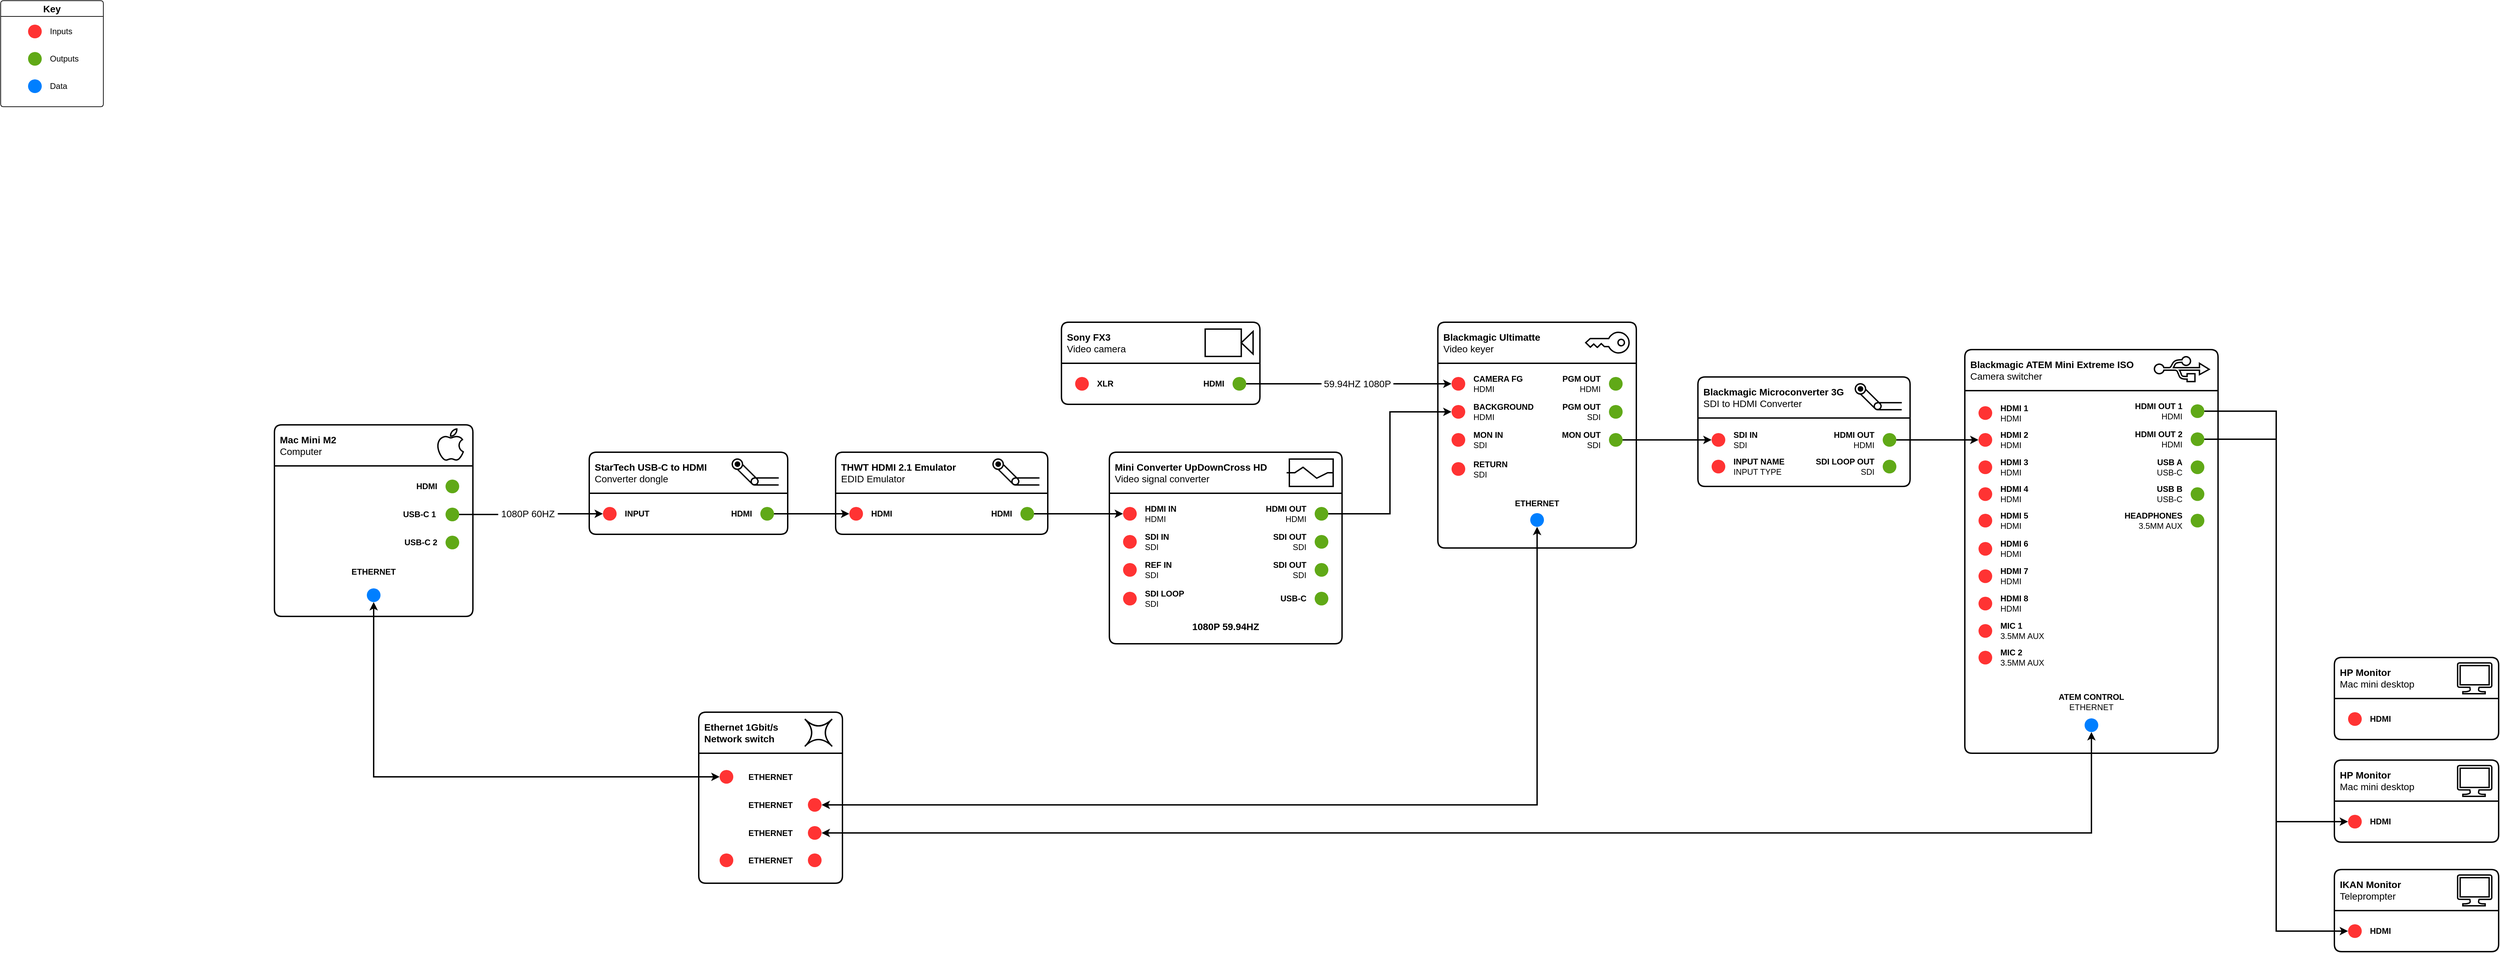
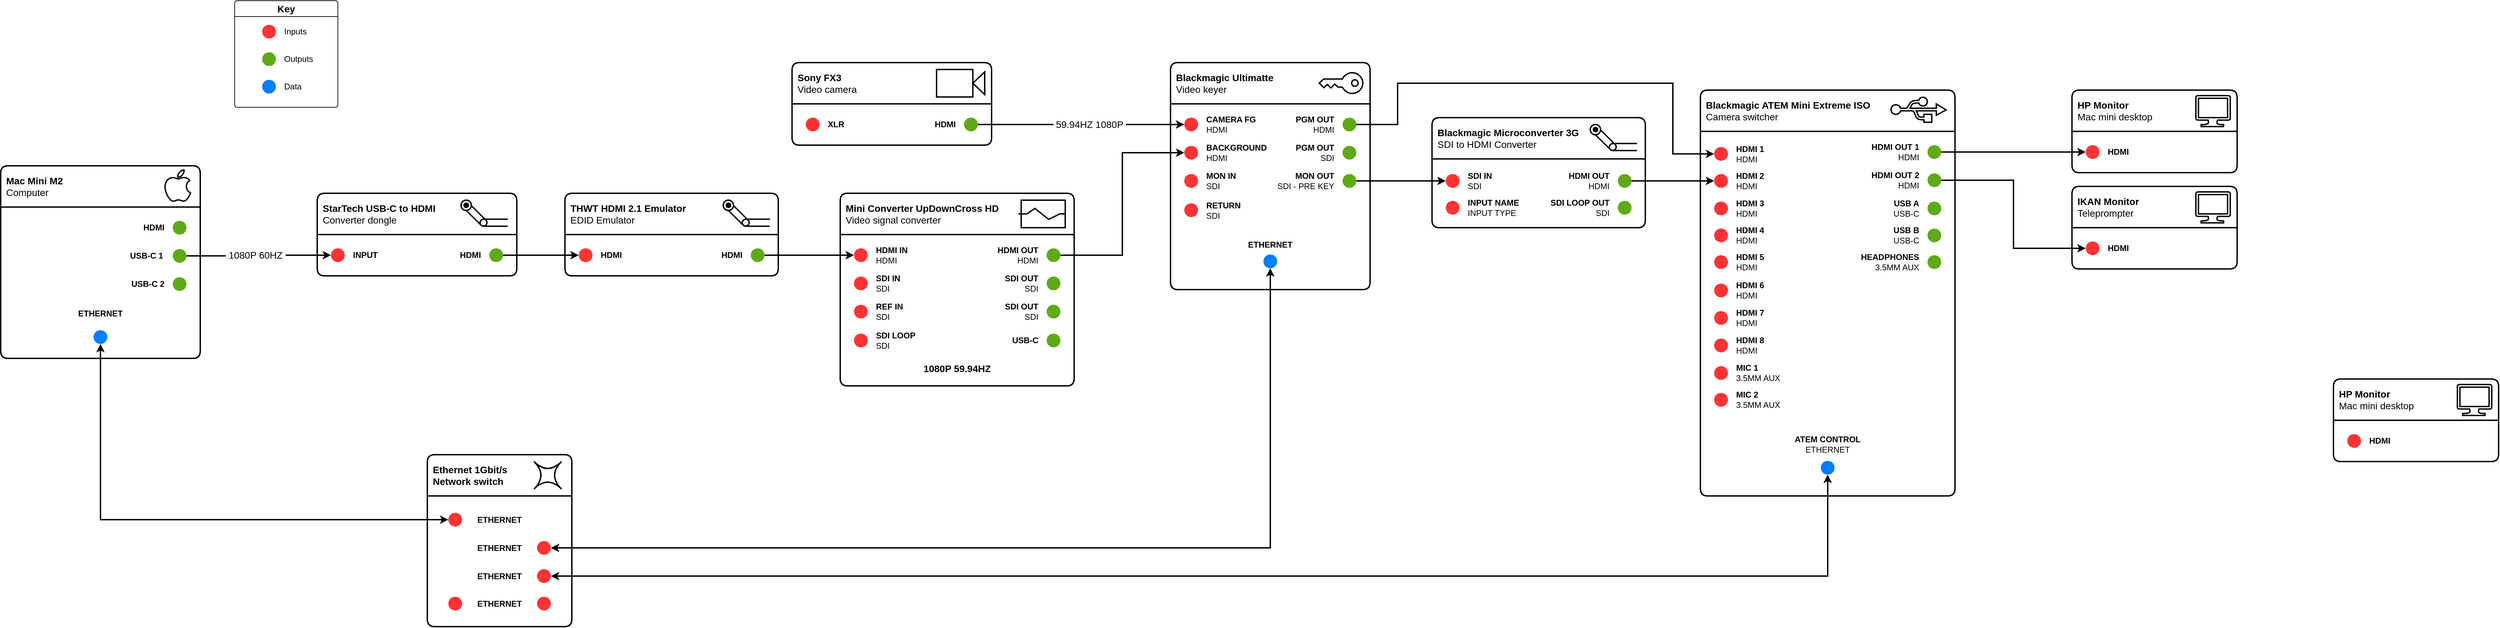
<mxfile host="app.diagrams.net">
  <diagram name="Page-1" id="FgFW1MfRpHRbAZnw0JzE">
-     <mxGraphModel dx="2236" dy="1718" grid="1" gridSize="10" guides="1" tooltips="1" connect="1" arrows="1" fold="1" page="0" pageScale="1" pageWidth="1654" pageHeight="1169" math="0" shadow="0">
+     <mxGraphModel dx="558" dy="565" grid="1" gridSize="10" guides="1" tooltips="1" connect="1" arrows="1" fold="1" page="0" pageScale="1" pageWidth="1654" pageHeight="1169" math="0" shadow="0">
      <root>
        <mxCell id="0" />
        <mxCell id="1" parent="0" />
        <UserObject label="&lt;div&gt;Sony FX3&lt;/div&gt;&lt;div&gt;&lt;span style=&quot;font-weight: normal;&quot;&gt;Video camera&lt;/span&gt;&lt;/div&gt;" link="https://www.sony.com.au/electronics/interchangeable-lens-cameras/ilme-fx3a" id="s20b6Gskkq0xSbLsb2Lf-1">
          <mxCell parent="1" style="swimlane;whiteSpace=wrap;html=1;startSize=60;perimeterSpacing=0;rounded=1;arcSize=6;align=left;spacingLeft=6;swimlaneFillColor=default;strokeWidth=2;fontSize=14;spacingBottom=0;" vertex="1">
            <mxGeometry height="120" width="290" x="1860" y="420" as="geometry">
              <mxRectangle height="60" width="200" x="330" y="280" as="alternateBounds" />
            </mxGeometry>
          </mxCell>
        </UserObject>
        <mxCell id="BUdtJf7oYrrgdLHHiytK-1" parent="s20b6Gskkq0xSbLsb2Lf-1" style="shape=mxgraph.signs.tech.video_camera;html=1;pointerEvents=1;fillColor=none;strokeColor=default;verticalLabelPosition=bottom;verticalAlign=top;align=center;strokeWidth=2;" value="" vertex="1">
          <mxGeometry height="40" width="70" x="210" y="10" as="geometry" />
        </mxCell>
        <mxCell id="BUdtJf7oYrrgdLHHiytK-2" parent="s20b6Gskkq0xSbLsb2Lf-1" style="ellipse;whiteSpace=wrap;html=1;aspect=fixed;strokeColor=none;fillColor=#60a917;fontColor=#ffffff;" value="" vertex="1">
          <mxGeometry height="20" width="20" x="250" y="80" as="geometry" />
        </mxCell>
        <mxCell id="BUdtJf7oYrrgdLHHiytK-13" parent="s20b6Gskkq0xSbLsb2Lf-1" style="ellipse;whiteSpace=wrap;html=1;aspect=fixed;strokeColor=none;fillColor=light-dark(#FF3333,#FF3333);fontColor=#ffffff;fillStyle=auto;" value="" vertex="1">
          <mxGeometry height="20" width="20" x="20" y="80" as="geometry" />
        </mxCell>
        <mxCell id="BUdtJf7oYrrgdLHHiytK-20" parent="s20b6Gskkq0xSbLsb2Lf-1" style="text;html=1;whiteSpace=wrap;strokeColor=none;fillColor=none;align=left;verticalAlign=middle;rounded=0;fontStyle=1" value="XLR" vertex="1">
          <mxGeometry height="14.5" width="30" x="50" y="82.75" as="geometry" />
        </mxCell>
        <mxCell id="BUdtJf7oYrrgdLHHiytK-21" parent="s20b6Gskkq0xSbLsb2Lf-1" style="text;html=1;whiteSpace=wrap;strokeColor=none;fillColor=none;align=right;verticalAlign=middle;rounded=0;" value="&lt;b&gt;HDMI&lt;/b&gt;" vertex="1">
          <mxGeometry height="14.5" width="40" x="200" y="82.75" as="geometry" />
        </mxCell>
        <mxCell id="BUdtJf7oYrrgdLHHiytK-123" parent="1" style="swimlane;whiteSpace=wrap;html=1;rounded=1;arcSize=6;swimlaneFillColor=default;fontSize=14;" value="Key" vertex="1">
-           <mxGeometry height="155" width="150" x="310" y="-50" as="geometry" />
+           <mxGeometry height="155" width="150" x="1050" y="330" as="geometry" />
        </mxCell>
        <mxCell id="BUdtJf7oYrrgdLHHiytK-115" parent="BUdtJf7oYrrgdLHHiytK-123" style="ellipse;whiteSpace=wrap;html=1;aspect=fixed;strokeColor=none;fillColor=light-dark(#FF3333,#FF3333);fontColor=#ffffff;fillStyle=auto;" value="" vertex="1">
          <mxGeometry height="20" width="20" x="40" y="35" as="geometry" />
        </mxCell>
        <mxCell id="BUdtJf7oYrrgdLHHiytK-119" parent="BUdtJf7oYrrgdLHHiytK-123" style="text;html=1;whiteSpace=wrap;strokeColor=none;fillColor=none;align=left;verticalAlign=middle;rounded=0;" value="Inputs" vertex="1">
          <mxGeometry height="10" width="40" x="70" y="40" as="geometry" />
        </mxCell>
        <mxCell id="BUdtJf7oYrrgdLHHiytK-114" parent="BUdtJf7oYrrgdLHHiytK-123" style="ellipse;whiteSpace=wrap;html=1;aspect=fixed;strokeColor=none;fillColor=#60a917;fontColor=#ffffff;" value="" vertex="1">
          <mxGeometry height="20" width="20" x="40" y="75" as="geometry" />
        </mxCell>
        <mxCell id="BUdtJf7oYrrgdLHHiytK-120" parent="BUdtJf7oYrrgdLHHiytK-123" style="text;html=1;whiteSpace=wrap;strokeColor=none;fillColor=none;align=left;verticalAlign=middle;rounded=0;" value="Outputs" vertex="1">
          <mxGeometry height="10" width="40" x="70" y="80" as="geometry" />
        </mxCell>
        <mxCell id="BUdtJf7oYrrgdLHHiytK-116" parent="BUdtJf7oYrrgdLHHiytK-123" style="ellipse;whiteSpace=wrap;html=1;aspect=fixed;strokeColor=none;fillColor=#007FFF;fontColor=#ffffff;" value="" vertex="1">
          <mxGeometry height="20" width="20" x="40" y="115" as="geometry" />
        </mxCell>
        <mxCell id="BUdtJf7oYrrgdLHHiytK-121" parent="BUdtJf7oYrrgdLHHiytK-123" style="text;html=1;whiteSpace=wrap;strokeColor=none;fillColor=none;align=left;verticalAlign=middle;rounded=0;" value="Data" vertex="1">
          <mxGeometry height="10" width="40" x="70" y="120" as="geometry" />
        </mxCell>
        <UserObject label="&lt;div&gt;Blackmagic Ultimatte&lt;/div&gt;&lt;div&gt;&lt;span style=&quot;font-weight: normal;&quot;&gt;Video keyer&lt;/span&gt;&lt;/div&gt;" link="https://usermanual.com/support/blackmagicdesign/ultimatte-12-8k/manual" id="BUdtJf7oYrrgdLHHiytK-160">
          <mxCell parent="1" style="swimlane;whiteSpace=wrap;html=1;startSize=60;perimeterSpacing=0;rounded=1;arcSize=6;align=left;spacingLeft=6;swimlaneFillColor=default;strokeWidth=2;fontSize=14;" vertex="1">
            <mxGeometry height="330" width="290" x="2410" y="420" as="geometry">
              <mxRectangle height="60" width="200" x="330" y="280" as="alternateBounds" />
            </mxGeometry>
          </mxCell>
        </UserObject>
        <mxCell id="BUdtJf7oYrrgdLHHiytK-162" parent="BUdtJf7oYrrgdLHHiytK-160" style="ellipse;whiteSpace=wrap;html=1;aspect=fixed;strokeColor=none;fillColor=#60a917;fontColor=#ffffff;" value="" vertex="1">
          <mxGeometry height="20" width="20" x="250" y="80" as="geometry" />
        </mxCell>
        <mxCell id="BUdtJf7oYrrgdLHHiytK-163" parent="BUdtJf7oYrrgdLHHiytK-160" style="ellipse;whiteSpace=wrap;html=1;aspect=fixed;strokeColor=none;fillColor=#60a917;fontColor=#ffffff;" value="" vertex="1">
          <mxGeometry height="20" width="20" x="250" y="121" as="geometry" />
        </mxCell>
        <mxCell id="BUdtJf7oYrrgdLHHiytK-164" parent="BUdtJf7oYrrgdLHHiytK-160" style="ellipse;whiteSpace=wrap;html=1;aspect=fixed;strokeColor=none;fillColor=#60a917;fontColor=#ffffff;" value="" vertex="1">
          <mxGeometry height="20" width="20" x="250" y="162" as="geometry" />
        </mxCell>
        <mxCell id="BUdtJf7oYrrgdLHHiytK-169" parent="BUdtJf7oYrrgdLHHiytK-160" style="ellipse;whiteSpace=wrap;html=1;aspect=fixed;strokeColor=none;fillColor=light-dark(#FF3333,#FF3333);fontColor=#ffffff;fillStyle=auto;" value="" vertex="1">
          <mxGeometry height="20" width="20" x="20" y="80" as="geometry" />
        </mxCell>
        <mxCell id="BUdtJf7oYrrgdLHHiytK-170" parent="BUdtJf7oYrrgdLHHiytK-160" style="ellipse;whiteSpace=wrap;html=1;aspect=fixed;strokeColor=none;fillColor=light-dark(#FF3333,#FF3333);fontColor=#ffffff;" value="" vertex="1">
          <mxGeometry height="20" width="20" x="20" y="121" as="geometry" />
        </mxCell>
        <mxCell id="BUdtJf7oYrrgdLHHiytK-176" parent="BUdtJf7oYrrgdLHHiytK-160" style="text;html=1;whiteSpace=wrap;strokeColor=none;fillColor=none;align=left;verticalAlign=middle;rounded=0;" value="&lt;div&gt;&lt;b&gt;CAMERA FG&lt;/b&gt;&lt;/div&gt;&lt;div&gt;HDMI&lt;/div&gt;" vertex="1">
          <mxGeometry height="29" width="90" x="50" y="75.5" as="geometry" />
        </mxCell>
        <mxCell id="BUdtJf7oYrrgdLHHiytK-177" parent="BUdtJf7oYrrgdLHHiytK-160" style="text;html=1;whiteSpace=wrap;strokeColor=none;fillColor=none;align=right;verticalAlign=middle;rounded=0;" value="&lt;div&gt;&lt;b&gt;PGM OUT&lt;/b&gt;&lt;/div&gt;&lt;div&gt;HDMI&lt;/div&gt;" vertex="1">
          <mxGeometry height="29" width="90" x="150" y="75.5" as="geometry" />
        </mxCell>
        <mxCell id="BUdtJf7oYrrgdLHHiytK-178" parent="BUdtJf7oYrrgdLHHiytK-160" style="text;html=1;whiteSpace=wrap;strokeColor=none;fillColor=none;align=left;verticalAlign=middle;rounded=0;" value="&lt;div&gt;&lt;b&gt;BACKGROUND&lt;/b&gt;&lt;/div&gt;&lt;div&gt;HDMI&lt;/div&gt;" vertex="1">
          <mxGeometry height="29" width="90" x="50" y="116.5" as="geometry" />
        </mxCell>
        <mxCell id="BUdtJf7oYrrgdLHHiytK-179" parent="BUdtJf7oYrrgdLHHiytK-160" style="text;html=1;whiteSpace=wrap;strokeColor=none;fillColor=none;align=right;verticalAlign=middle;rounded=0;" value="&lt;div&gt;&lt;b&gt;PGM OUT&lt;/b&gt;&lt;/div&gt;&lt;div&gt;SDI&lt;/div&gt;" vertex="1">
          <mxGeometry height="29" width="90" x="150" y="116.5" as="geometry" />
        </mxCell>
-         <mxCell id="BUdtJf7oYrrgdLHHiytK-181" parent="BUdtJf7oYrrgdLHHiytK-160" style="text;html=1;whiteSpace=wrap;strokeColor=none;fillColor=none;align=right;verticalAlign=middle;rounded=0;" value="&lt;div&gt;&lt;b&gt;MON OUT&lt;/b&gt;&lt;/div&gt;&lt;div&gt;SDI&lt;/div&gt;" vertex="1">
+         <mxCell id="BUdtJf7oYrrgdLHHiytK-181" parent="BUdtJf7oYrrgdLHHiytK-160" style="text;html=1;whiteSpace=wrap;strokeColor=none;fillColor=none;align=right;verticalAlign=middle;rounded=0;" value="&lt;div&gt;&lt;b&gt;MON OUT&lt;/b&gt;&lt;/div&gt;&lt;div&gt;SDI - PRE KEY&lt;/div&gt;" vertex="1">
          <mxGeometry height="29" width="90" x="150" y="157.5" as="geometry" />
        </mxCell>
        <mxCell id="BUdtJf7oYrrgdLHHiytK-194" parent="BUdtJf7oYrrgdLHHiytK-160" style="text;html=1;whiteSpace=wrap;strokeColor=none;fillColor=none;align=center;verticalAlign=middle;rounded=0;fontStyle=1" value="ETHERNET" vertex="1">
          <mxGeometry height="29" width="90" x="100" y="250" as="geometry" />
        </mxCell>
        <mxCell id="BUdtJf7oYrrgdLHHiytK-195" parent="BUdtJf7oYrrgdLHHiytK-160" style="ellipse;whiteSpace=wrap;html=1;aspect=fixed;strokeColor=none;fillColor=#007FFF;fontColor=#ffffff;" value="" vertex="1">
          <mxGeometry height="20" width="20" x="135" y="279" as="geometry" />
        </mxCell>
        <mxCell id="BUdtJf7oYrrgdLHHiytK-196" parent="BUdtJf7oYrrgdLHHiytK-160" style="sketch=0;pointerEvents=1;shadow=0;dashed=0;html=1;strokeColor=default;fillColor=none;labelPosition=center;verticalLabelPosition=bottom;verticalAlign=top;outlineConnect=0;align=center;shape=mxgraph.office.security.key_permissions;rotation=90;strokeWidth=2;" value="" vertex="1">
          <mxGeometry height="63.31" width="30.07" x="232.69" y="-1.8099999999999996" as="geometry" />
        </mxCell>
        <mxCell id="_8OXxmxYWQQ_x3kSA-AO-21" parent="BUdtJf7oYrrgdLHHiytK-160" style="text;html=1;whiteSpace=wrap;strokeColor=none;fillColor=none;align=left;verticalAlign=middle;rounded=0;" value="&lt;div&gt;&lt;b&gt;MON IN&lt;/b&gt;&lt;/div&gt;&lt;div&gt;SDI&lt;/div&gt;" vertex="1">
          <mxGeometry height="29" width="90" x="50" y="157.5" as="geometry" />
        </mxCell>
        <mxCell id="_8OXxmxYWQQ_x3kSA-AO-22" parent="BUdtJf7oYrrgdLHHiytK-160" style="ellipse;whiteSpace=wrap;html=1;aspect=fixed;strokeColor=none;fillColor=light-dark(#FF3333,#FF3333);fontColor=#ffffff;" value="" vertex="1">
          <mxGeometry height="20" width="20" x="20" y="162" as="geometry" />
        </mxCell>
        <mxCell id="_8OXxmxYWQQ_x3kSA-AO-25" parent="BUdtJf7oYrrgdLHHiytK-160" style="ellipse;whiteSpace=wrap;html=1;aspect=fixed;strokeColor=none;fillColor=light-dark(#FF3333,#FF3333);fontColor=#ffffff;" value="" vertex="1">
          <mxGeometry height="20" width="20" x="20" y="204.5" as="geometry" />
        </mxCell>
        <mxCell id="_8OXxmxYWQQ_x3kSA-AO-26" parent="BUdtJf7oYrrgdLHHiytK-160" style="text;html=1;whiteSpace=wrap;strokeColor=none;fillColor=none;align=left;verticalAlign=middle;rounded=0;" value="&lt;div&gt;&lt;b&gt;RETURN&lt;/b&gt;&lt;/div&gt;&lt;div&gt;SDI&lt;/div&gt;" vertex="1">
          <mxGeometry height="29" width="90" x="50" y="200" as="geometry" />
        </mxCell>
        <mxCell id="BUdtJf7oYrrgdLHHiytK-197" edge="1" parent="1" source="BUdtJf7oYrrgdLHHiytK-2" style="edgeStyle=orthogonalEdgeStyle;rounded=0;orthogonalLoop=1;jettySize=auto;html=1;entryX=0;entryY=0.5;entryDx=0;entryDy=0;endArrow=classic;endFill=1;strokeWidth=2;" target="BUdtJf7oYrrgdLHHiytK-169">
          <mxGeometry relative="1" as="geometry" />
        </mxCell>
        <mxCell id="BUdtJf7oYrrgdLHHiytK-201" connectable="0" parent="BUdtJf7oYrrgdLHHiytK-197" style="edgeLabel;html=1;align=center;verticalAlign=middle;resizable=0;points=[];fontSize=14;" value="&amp;nbsp;59.94HZ 1080P&amp;nbsp;" vertex="1">
          <mxGeometry relative="1" x="0.0813" as="geometry">
            <mxPoint as="offset" />
          </mxGeometry>
        </mxCell>
        <UserObject label="&lt;div&gt;Mac Mini M2&lt;/div&gt;&lt;div&gt;&lt;span style=&quot;font-weight: normal;&quot;&gt;Computer&lt;/span&gt;&lt;/div&gt;" link="https://support.apple.com/en-au/111837" id="BUdtJf7oYrrgdLHHiytK-202">
          <mxCell parent="1" style="swimlane;whiteSpace=wrap;html=1;startSize=60;perimeterSpacing=0;rounded=1;arcSize=6;align=left;spacingLeft=6;swimlaneFillColor=default;strokeWidth=2;fontSize=14;noLabel=0;" vertex="1">
            <mxGeometry height="280" width="290" x="710" y="570" as="geometry">
              <mxRectangle height="60" width="200" x="330" y="280" as="alternateBounds" />
            </mxGeometry>
          </mxCell>
        </UserObject>
        <mxCell id="BUdtJf7oYrrgdLHHiytK-204" parent="BUdtJf7oYrrgdLHHiytK-202" style="ellipse;whiteSpace=wrap;html=1;aspect=fixed;strokeColor=none;fillColor=#60a917;fontColor=#ffffff;" value="" vertex="1">
          <mxGeometry height="20" width="20" x="250" y="80" as="geometry" />
        </mxCell>
        <mxCell id="BUdtJf7oYrrgdLHHiytK-205" parent="BUdtJf7oYrrgdLHHiytK-202" style="ellipse;whiteSpace=wrap;html=1;aspect=fixed;strokeColor=none;fillColor=#60a917;fontColor=#ffffff;" value="" vertex="1">
          <mxGeometry height="20" width="20" x="250" y="121" as="geometry" />
        </mxCell>
        <mxCell id="BUdtJf7oYrrgdLHHiytK-206" parent="BUdtJf7oYrrgdLHHiytK-202" style="ellipse;whiteSpace=wrap;html=1;aspect=fixed;strokeColor=none;fillColor=#60a917;fontColor=#ffffff;" value="" vertex="1">
          <mxGeometry height="20" width="20" x="250" y="162" as="geometry" />
        </mxCell>
        <mxCell id="BUdtJf7oYrrgdLHHiytK-219" parent="BUdtJf7oYrrgdLHHiytK-202" style="text;html=1;whiteSpace=wrap;strokeColor=none;fillColor=none;align=right;verticalAlign=middle;rounded=0;" value="&lt;b&gt;HDMI&lt;/b&gt;" vertex="1">
          <mxGeometry height="14.5" width="40" x="200" y="82.75" as="geometry" />
        </mxCell>
        <mxCell id="BUdtJf7oYrrgdLHHiytK-221" parent="BUdtJf7oYrrgdLHHiytK-202" style="text;html=1;whiteSpace=wrap;strokeColor=none;fillColor=none;align=right;verticalAlign=middle;rounded=0;fontStyle=1" value="USB-C 1" vertex="1">
          <mxGeometry height="13.5" width="50" x="188.08" y="124.25" as="geometry" />
        </mxCell>
        <mxCell id="BUdtJf7oYrrgdLHHiytK-236" parent="BUdtJf7oYrrgdLHHiytK-202" style="text;html=1;whiteSpace=wrap;strokeColor=none;fillColor=none;align=center;verticalAlign=middle;rounded=0;fontStyle=1" value="ETHERNET" vertex="1">
          <mxGeometry height="29" width="90" x="100" y="200" as="geometry" />
        </mxCell>
        <mxCell id="BUdtJf7oYrrgdLHHiytK-237" parent="BUdtJf7oYrrgdLHHiytK-202" style="ellipse;whiteSpace=wrap;html=1;aspect=fixed;strokeColor=none;fillColor=#007FFF;fontColor=#ffffff;" value="" vertex="1">
          <mxGeometry height="20" width="20" x="135" y="239" as="geometry" />
        </mxCell>
        <mxCell id="BUdtJf7oYrrgdLHHiytK-238" parent="BUdtJf7oYrrgdLHHiytK-202" style="dashed=0;outlineConnect=0;html=1;align=center;labelPosition=center;verticalLabelPosition=bottom;verticalAlign=top;shape=mxgraph.weblogos.apple;fillColor=none;strokeColor=default;strokeWidth=2;" value="" vertex="1">
          <mxGeometry height="46.2" width="37.83" x="238.07999999999998" y="6" as="geometry" />
        </mxCell>
        <mxCell id="BUdtJf7oYrrgdLHHiytK-240" parent="BUdtJf7oYrrgdLHHiytK-202" style="text;html=1;whiteSpace=wrap;strokeColor=none;fillColor=none;align=right;verticalAlign=middle;rounded=0;fontStyle=1" value="USB-C 2" vertex="1">
          <mxGeometry height="13.5" width="50" x="189.99999999999997" y="165.25" as="geometry" />
        </mxCell>
        <UserObject label="&lt;div&gt;Mini Converter UpDownCross HD&lt;/div&gt;&lt;div&gt;&lt;span style=&quot;font-weight: normal;&quot;&gt;Video signal converter&lt;/span&gt;&lt;/div&gt;" link="https://proavexpress.com.au/blackmagic-mini-converter-up-down-cross-hd/" id="BUdtJf7oYrrgdLHHiytK-243">
          <mxCell parent="1" style="swimlane;whiteSpace=wrap;html=1;startSize=60;perimeterSpacing=0;rounded=1;arcSize=6;align=left;spacingLeft=6;swimlaneFillColor=default;strokeWidth=2;fontSize=14;" vertex="1">
            <mxGeometry height="280" width="340" x="1930" y="610" as="geometry">
              <mxRectangle height="60" width="200" x="330" y="280" as="alternateBounds" />
            </mxGeometry>
          </mxCell>
        </UserObject>
        <mxCell id="BUdtJf7oYrrgdLHHiytK-245" parent="BUdtJf7oYrrgdLHHiytK-243" style="ellipse;whiteSpace=wrap;html=1;aspect=fixed;strokeColor=none;fillColor=#60a917;fontColor=#ffffff;" value="" vertex="1">
          <mxGeometry height="20" width="20" x="300" y="80" as="geometry" />
        </mxCell>
        <mxCell id="BUdtJf7oYrrgdLHHiytK-246" parent="BUdtJf7oYrrgdLHHiytK-243" style="ellipse;whiteSpace=wrap;html=1;aspect=fixed;strokeColor=none;fillColor=#60a917;fontColor=#ffffff;" value="" vertex="1">
          <mxGeometry height="20" width="20" x="300" y="121" as="geometry" />
        </mxCell>
        <mxCell id="BUdtJf7oYrrgdLHHiytK-252" parent="BUdtJf7oYrrgdLHHiytK-243" style="ellipse;whiteSpace=wrap;html=1;aspect=fixed;strokeColor=none;fillColor=light-dark(#FF3333,#FF3333);fontColor=#ffffff;fillStyle=auto;" value="" vertex="1">
          <mxGeometry height="20" width="20" x="20" y="80" as="geometry" />
        </mxCell>
        <mxCell id="BUdtJf7oYrrgdLHHiytK-253" parent="BUdtJf7oYrrgdLHHiytK-243" style="ellipse;whiteSpace=wrap;html=1;aspect=fixed;strokeColor=none;fillColor=light-dark(#FF3333,#FF3333);fontColor=#ffffff;" value="" vertex="1">
          <mxGeometry height="20" width="20" x="20" y="121" as="geometry" />
        </mxCell>
        <mxCell id="BUdtJf7oYrrgdLHHiytK-259" parent="BUdtJf7oYrrgdLHHiytK-243" style="text;html=1;whiteSpace=wrap;strokeColor=none;fillColor=none;align=left;verticalAlign=middle;rounded=0;fontStyle=1" value="&lt;div&gt;HDMI IN&lt;/div&gt;&lt;div&gt;&lt;span style=&quot;font-weight: normal;&quot;&gt;HDMI&lt;/span&gt;&lt;/div&gt;" vertex="1">
          <mxGeometry height="25" width="50" x="50" y="77.5" as="geometry" />
        </mxCell>
        <mxCell id="BUdtJf7oYrrgdLHHiytK-260" parent="BUdtJf7oYrrgdLHHiytK-243" style="text;html=1;whiteSpace=wrap;strokeColor=none;fillColor=none;align=right;verticalAlign=middle;rounded=0;fontStyle=1" value="&lt;div&gt;HDMI OUT&lt;/div&gt;&lt;div&gt;&lt;span style=&quot;font-weight: normal;&quot;&gt;HDMI&lt;/span&gt;&lt;/div&gt;" vertex="1">
          <mxGeometry height="25" width="70" x="220" y="77.5" as="geometry" />
        </mxCell>
        <mxCell id="BUdtJf7oYrrgdLHHiytK-277" parent="BUdtJf7oYrrgdLHHiytK-243" style="text;html=1;whiteSpace=wrap;strokeColor=none;fillColor=none;align=center;verticalAlign=middle;rounded=0;fontSize=14;fontStyle=1" value="1080P 59.94HZ" vertex="1">
          <mxGeometry height="29" width="107.5" x="116.25" y="240" as="geometry" />
        </mxCell>
        <mxCell id="BUdtJf7oYrrgdLHHiytK-279" parent="BUdtJf7oYrrgdLHHiytK-243" style="shape=mxgraph.pid.mixers.kneader;html=1;pointerEvents=1;align=center;verticalLabelPosition=bottom;verticalAlign=top;dashed=0;fillColor=none;strokeWidth=2;" value="" vertex="1">
          <mxGeometry height="40" width="68" x="259" y="10" as="geometry" />
        </mxCell>
        <mxCell id="BUdtJf7oYrrgdLHHiytK-280" parent="BUdtJf7oYrrgdLHHiytK-243" style="text;html=1;whiteSpace=wrap;strokeColor=none;fillColor=none;align=left;verticalAlign=middle;rounded=0;fontStyle=1" value="&lt;div&gt;SDI IN&lt;/div&gt;&lt;div&gt;&lt;span style=&quot;font-weight: normal;&quot;&gt;SDI&lt;/span&gt;&lt;/div&gt;" vertex="1">
          <mxGeometry height="24" width="50" x="50" y="119" as="geometry" />
        </mxCell>
        <mxCell id="BUdtJf7oYrrgdLHHiytK-281" parent="BUdtJf7oYrrgdLHHiytK-243" style="text;html=1;whiteSpace=wrap;strokeColor=none;fillColor=none;align=right;verticalAlign=middle;rounded=0;fontStyle=1" value="&lt;div&gt;SDI OUT&lt;/div&gt;&lt;div&gt;&lt;span style=&quot;font-weight: normal;&quot;&gt;SDI&lt;/span&gt;&lt;/div&gt;" vertex="1">
          <mxGeometry height="24" width="70" x="220" y="119" as="geometry" />
        </mxCell>
        <mxCell id="_8OXxmxYWQQ_x3kSA-AO-10" parent="BUdtJf7oYrrgdLHHiytK-243" style="ellipse;whiteSpace=wrap;html=1;aspect=fixed;strokeColor=none;fillColor=#60a917;fontColor=#ffffff;" value="" vertex="1">
          <mxGeometry height="20" width="20" x="300" y="162" as="geometry" />
        </mxCell>
        <mxCell id="_8OXxmxYWQQ_x3kSA-AO-11" parent="BUdtJf7oYrrgdLHHiytK-243" style="text;html=1;whiteSpace=wrap;strokeColor=none;fillColor=none;align=right;verticalAlign=middle;rounded=0;fontStyle=1" value="&lt;div&gt;SDI OUT&lt;/div&gt;&lt;div&gt;&lt;span style=&quot;font-weight: normal;&quot;&gt;SDI&lt;/span&gt;&lt;/div&gt;" vertex="1">
          <mxGeometry height="24" width="70" x="220" y="160" as="geometry" />
        </mxCell>
        <mxCell id="_8OXxmxYWQQ_x3kSA-AO-14" parent="BUdtJf7oYrrgdLHHiytK-243" style="text;html=1;whiteSpace=wrap;strokeColor=none;fillColor=none;align=right;verticalAlign=middle;rounded=0;fontStyle=1" value="USB-C" vertex="1">
          <mxGeometry height="10" width="70" x="220" y="209" as="geometry" />
        </mxCell>
        <mxCell id="_8OXxmxYWQQ_x3kSA-AO-15" parent="BUdtJf7oYrrgdLHHiytK-243" style="ellipse;whiteSpace=wrap;html=1;aspect=fixed;strokeColor=none;fillColor=light-dark(#60A917,#007FFF);fontColor=#ffffff;" value="" vertex="1">
          <mxGeometry height="20" width="20" x="300" y="204" as="geometry" />
        </mxCell>
        <mxCell id="_8OXxmxYWQQ_x3kSA-AO-16" parent="BUdtJf7oYrrgdLHHiytK-243" style="ellipse;whiteSpace=wrap;html=1;aspect=fixed;strokeColor=none;fillColor=light-dark(#FF3333,#FF3333);fontColor=#ffffff;" value="" vertex="1">
          <mxGeometry height="20" width="20" x="20" y="162" as="geometry" />
        </mxCell>
        <mxCell id="_8OXxmxYWQQ_x3kSA-AO-17" parent="BUdtJf7oYrrgdLHHiytK-243" style="text;html=1;whiteSpace=wrap;strokeColor=none;fillColor=none;align=left;verticalAlign=middle;rounded=0;fontStyle=1" value="&lt;div&gt;REF IN&lt;/div&gt;&lt;div&gt;&lt;span style=&quot;font-weight: normal;&quot;&gt;SDI&lt;/span&gt;&lt;/div&gt;" vertex="1">
          <mxGeometry height="24" width="50" x="50" y="160" as="geometry" />
        </mxCell>
        <mxCell id="_8OXxmxYWQQ_x3kSA-AO-18" parent="BUdtJf7oYrrgdLHHiytK-243" style="ellipse;whiteSpace=wrap;html=1;aspect=fixed;strokeColor=none;fillColor=light-dark(#FF3333,#FF3333);fontColor=#ffffff;" value="" vertex="1">
          <mxGeometry height="20" width="20" x="20" y="204" as="geometry" />
        </mxCell>
        <mxCell id="_8OXxmxYWQQ_x3kSA-AO-19" parent="BUdtJf7oYrrgdLHHiytK-243" style="text;html=1;whiteSpace=wrap;strokeColor=none;fillColor=none;align=left;verticalAlign=middle;rounded=0;fontStyle=1" value="&lt;div&gt;SDI LOOP&lt;/div&gt;&lt;div&gt;&lt;span style=&quot;font-weight: normal;&quot;&gt;SDI&lt;/span&gt;&lt;/div&gt;" vertex="1">
          <mxGeometry height="24" width="60" x="50" y="202" as="geometry" />
        </mxCell>
        <UserObject label="&lt;div&gt;StarTech USB-C to HDMI&lt;/div&gt;&lt;div&gt;&lt;span style=&quot;font-weight: normal;&quot;&gt;Converter dongle&lt;/span&gt;&lt;/div&gt;" link="https://www.startech.com/en-au/display-video-adapters/usbc-hdmi-cdp2hd4k60" id="BUdtJf7oYrrgdLHHiytK-284">
          <mxCell parent="1" style="swimlane;whiteSpace=wrap;html=1;startSize=60;perimeterSpacing=0;rounded=1;arcSize=6;align=left;spacingLeft=6;swimlaneFillColor=default;strokeWidth=2;fontSize=14;" vertex="1">
            <mxGeometry height="120" width="290" x="1170" y="610" as="geometry">
              <mxRectangle height="60" width="200" x="330" y="280" as="alternateBounds" />
            </mxGeometry>
          </mxCell>
        </UserObject>
        <mxCell id="BUdtJf7oYrrgdLHHiytK-285" parent="BUdtJf7oYrrgdLHHiytK-284" style="ellipse;whiteSpace=wrap;html=1;aspect=fixed;strokeColor=none;fillColor=#60a917;fontColor=#ffffff;" value="" vertex="1">
          <mxGeometry height="20" width="20" x="250" y="80" as="geometry" />
        </mxCell>
        <mxCell id="BUdtJf7oYrrgdLHHiytK-288" parent="BUdtJf7oYrrgdLHHiytK-284" style="text;html=1;whiteSpace=wrap;strokeColor=none;fillColor=none;align=right;verticalAlign=middle;rounded=0;" value="&lt;b&gt;HDMI&lt;/b&gt;" vertex="1">
          <mxGeometry height="14.5" width="70" x="170" y="82.75" as="geometry" />
        </mxCell>
        <mxCell id="BUdtJf7oYrrgdLHHiytK-297" parent="BUdtJf7oYrrgdLHHiytK-284" style="ellipse;whiteSpace=wrap;html=1;aspect=fixed;strokeColor=none;fillColor=light-dark(#FF3333,#FF3333);fontColor=#ffffff;fillStyle=auto;" value="" vertex="1">
          <mxGeometry height="20" width="20" x="20" y="80" as="geometry" />
        </mxCell>
        <mxCell id="BUdtJf7oYrrgdLHHiytK-298" parent="BUdtJf7oYrrgdLHHiytK-284" style="text;html=1;whiteSpace=wrap;strokeColor=none;fillColor=none;align=left;verticalAlign=middle;rounded=0;fontStyle=1" value="INPUT" vertex="1">
          <mxGeometry height="10" width="50" x="50" y="85" as="geometry" />
        </mxCell>
        <mxCell id="BUdtJf7oYrrgdLHHiytK-295" parent="BUdtJf7oYrrgdLHHiytK-284" style="verticalLabelPosition=bottom;aspect=fixed;html=1;verticalAlign=top;fillColor=strokeColor;align=center;outlineConnect=0;shape=mxgraph.fluid_power.x10060;points=[[1,0.72,0],[1,1,0]];strokeWidth=2;" value="" vertex="1">
          <mxGeometry height="38.38" width="67.9" x="209" y="10" as="geometry" />
        </mxCell>
        <mxCell id="BUdtJf7oYrrgdLHHiytK-299" edge="1" parent="1" source="BUdtJf7oYrrgdLHHiytK-205" style="edgeStyle=orthogonalEdgeStyle;shape=connector;rounded=0;orthogonalLoop=1;jettySize=auto;html=1;entryX=0;entryY=0.5;entryDx=0;entryDy=0;strokeColor=default;strokeWidth=2;align=center;verticalAlign=middle;fontFamily=Helvetica;fontSize=11;fontColor=default;labelBackgroundColor=default;endArrow=classic;endFill=1;" target="BUdtJf7oYrrgdLHHiytK-297">
          <mxGeometry relative="1" as="geometry" />
        </mxCell>
        <mxCell id="BUdtJf7oYrrgdLHHiytK-300" connectable="0" parent="BUdtJf7oYrrgdLHHiytK-299" style="edgeLabel;html=1;align=center;verticalAlign=middle;resizable=0;points=[];fontFamily=Helvetica;fontSize=14;fontColor=default;labelBackgroundColor=default;" value="&amp;nbsp;1080P 60HZ&amp;nbsp;" vertex="1">
          <mxGeometry relative="1" x="-0.1035" y="4" as="geometry">
            <mxPoint x="5" y="3" as="offset" />
          </mxGeometry>
        </mxCell>
        <UserObject label="&lt;div&gt;Ethernet 1Gbit/s&lt;/div&gt;&lt;div&gt;Network switch&lt;/div&gt;" id="BUdtJf7oYrrgdLHHiytK-301">
          <mxCell parent="1" style="swimlane;whiteSpace=wrap;html=1;startSize=60;perimeterSpacing=0;rounded=1;arcSize=6;align=left;spacingLeft=6;swimlaneFillColor=default;strokeWidth=2;fontSize=14;" vertex="1">
            <mxGeometry height="250" width="210" x="1330" y="990" as="geometry">
              <mxRectangle height="60" width="200" x="330" y="280" as="alternateBounds" />
            </mxGeometry>
          </mxCell>
        </UserObject>
        <mxCell id="BUdtJf7oYrrgdLHHiytK-310" parent="BUdtJf7oYrrgdLHHiytK-301" style="ellipse;whiteSpace=wrap;html=1;aspect=fixed;strokeColor=none;fillColor=light-dark(#FF3333,#007FFF);fontColor=light-dark(#FFFFFF,#007FFF);fillStyle=auto;" value="" vertex="1">
          <mxGeometry height="20" width="20" x="30.5" y="84.5" as="geometry" />
        </mxCell>
        <mxCell id="BUdtJf7oYrrgdLHHiytK-313" parent="BUdtJf7oYrrgdLHHiytK-301" style="ellipse;whiteSpace=wrap;html=1;aspect=fixed;strokeColor=none;fillColor=light-dark(#FF3333,#007FFF);fontColor=light-dark(#FFFFFF,#007FFF);" value="" vertex="1">
          <mxGeometry height="20" width="20" x="30.5" y="206.5" as="geometry" />
        </mxCell>
        <mxCell id="BUdtJf7oYrrgdLHHiytK-317" parent="BUdtJf7oYrrgdLHHiytK-301" style="text;html=1;whiteSpace=wrap;strokeColor=none;fillColor=none;align=center;verticalAlign=middle;rounded=0;fontStyle=1" value="ETHERNET" vertex="1">
          <mxGeometry height="10" width="70" x="70" y="89.5" as="geometry" />
        </mxCell>
        <mxCell id="BUdtJf7oYrrgdLHHiytK-337" parent="BUdtJf7oYrrgdLHHiytK-301" style="shape=switch;whiteSpace=wrap;html=1;fontFamily=Helvetica;fontSize=11;fontColor=default;labelBackgroundColor=default;strokeWidth=2;" value="" vertex="1">
          <mxGeometry height="40" width="40" x="155" y="10" as="geometry" />
        </mxCell>
        <mxCell id="BUdtJf7oYrrgdLHHiytK-340" parent="BUdtJf7oYrrgdLHHiytK-301" style="ellipse;whiteSpace=wrap;html=1;aspect=fixed;strokeColor=none;fillColor=light-dark(#FF3333,#007FFF);fontColor=#ffffff;" value="" vertex="1">
          <mxGeometry height="20" width="20" x="159.5" y="125.5" as="geometry" />
        </mxCell>
        <mxCell id="BUdtJf7oYrrgdLHHiytK-341" parent="BUdtJf7oYrrgdLHHiytK-301" style="ellipse;whiteSpace=wrap;html=1;aspect=fixed;strokeColor=none;fillColor=light-dark(#FF3333,#007FFF);fontColor=#ffffff;" value="" vertex="1">
          <mxGeometry height="20" width="20" x="159.5" y="166.5" as="geometry" />
        </mxCell>
        <mxCell id="BUdtJf7oYrrgdLHHiytK-342" parent="BUdtJf7oYrrgdLHHiytK-301" style="ellipse;whiteSpace=wrap;html=1;aspect=fixed;strokeColor=none;fillColor=light-dark(#FF3333,#007FFF);fontColor=#ffffff;" value="" vertex="1">
          <mxGeometry height="20" width="20" x="159.5" y="206.5" as="geometry" />
        </mxCell>
        <mxCell id="BUdtJf7oYrrgdLHHiytK-347" parent="BUdtJf7oYrrgdLHHiytK-301" style="text;html=1;whiteSpace=wrap;strokeColor=none;fillColor=none;align=center;verticalAlign=middle;rounded=0;fontStyle=1" value="ETHERNET" vertex="1">
          <mxGeometry height="10" width="70" x="70" y="130.5" as="geometry" />
        </mxCell>
        <mxCell id="BUdtJf7oYrrgdLHHiytK-348" parent="BUdtJf7oYrrgdLHHiytK-301" style="text;html=1;whiteSpace=wrap;strokeColor=none;fillColor=none;align=center;verticalAlign=middle;rounded=0;fontStyle=1" value="ETHERNET" vertex="1">
          <mxGeometry height="10" width="70" x="70" y="171.5" as="geometry" />
        </mxCell>
        <mxCell id="BUdtJf7oYrrgdLHHiytK-349" parent="BUdtJf7oYrrgdLHHiytK-301" style="text;html=1;whiteSpace=wrap;strokeColor=none;fillColor=none;align=center;verticalAlign=middle;rounded=0;fontStyle=1" value="ETHERNET" vertex="1">
          <mxGeometry height="10" width="70" x="70" y="211.5" as="geometry" />
        </mxCell>
        <mxCell id="BUdtJf7oYrrgdLHHiytK-354" edge="1" parent="1" source="BUdtJf7oYrrgdLHHiytK-237" style="edgeStyle=orthogonalEdgeStyle;shape=connector;rounded=0;orthogonalLoop=1;jettySize=auto;html=1;entryX=0;entryY=0.5;entryDx=0;entryDy=0;strokeColor=default;strokeWidth=2;align=center;verticalAlign=middle;fontFamily=Helvetica;fontSize=14;fontColor=default;labelBackgroundColor=default;resizable=0;endArrow=classic;endFill=1;startArrow=classic;startFill=1;" target="BUdtJf7oYrrgdLHHiytK-310">
          <mxGeometry relative="1" as="geometry">
            <Array as="points">
              <mxPoint x="855" y="1084" />
            </Array>
          </mxGeometry>
        </mxCell>
        <UserObject label="&lt;div&gt;Blackmagic ATEM Mini Extreme ISO&lt;/div&gt;&lt;span style=&quot;font-weight: normal;&quot;&gt;Camera switcher&lt;/span&gt;" link="https://www.videocraft.com.au/products/blackmagic-design-atem-mini-extreme-iso-live-streaming-camera-switcher" id="BUdtJf7oYrrgdLHHiytK-355">
          <mxCell parent="1" style="swimlane;whiteSpace=wrap;html=1;startSize=60;perimeterSpacing=0;rounded=1;arcSize=6;align=left;spacingLeft=6;swimlaneFillColor=default;strokeWidth=2;fontSize=14;" vertex="1">
            <mxGeometry height="590" width="370" x="3180" y="460" as="geometry">
              <mxRectangle height="60" width="200" x="330" y="280" as="alternateBounds" />
            </mxGeometry>
          </mxCell>
        </UserObject>
        <mxCell id="BUdtJf7oYrrgdLHHiytK-357" parent="BUdtJf7oYrrgdLHHiytK-355" style="ellipse;whiteSpace=wrap;html=1;aspect=fixed;strokeColor=none;fillColor=#60a917;fontColor=#ffffff;" value="" vertex="1">
          <mxGeometry height="20" width="20" x="330" y="80" as="geometry" />
        </mxCell>
        <mxCell id="BUdtJf7oYrrgdLHHiytK-358" parent="BUdtJf7oYrrgdLHHiytK-355" style="ellipse;whiteSpace=wrap;html=1;aspect=fixed;strokeColor=none;fillColor=#60a917;fontColor=#ffffff;" value="" vertex="1">
          <mxGeometry height="20" width="20" x="330" y="121" as="geometry" />
        </mxCell>
        <mxCell id="BUdtJf7oYrrgdLHHiytK-364" parent="BUdtJf7oYrrgdLHHiytK-355" style="ellipse;whiteSpace=wrap;html=1;aspect=fixed;strokeColor=none;fillColor=light-dark(#FF3333,#FF3333);fontColor=#ffffff;fillStyle=auto;" value="" vertex="1">
          <mxGeometry height="20" width="20" x="20" y="82.75" as="geometry" />
        </mxCell>
        <mxCell id="BUdtJf7oYrrgdLHHiytK-365" parent="BUdtJf7oYrrgdLHHiytK-355" style="ellipse;whiteSpace=wrap;html=1;aspect=fixed;strokeColor=none;fillColor=light-dark(#FF3333,#FF3333);fontColor=#ffffff;" value="" vertex="1">
          <mxGeometry height="20" width="20" x="20" y="122" as="geometry" />
        </mxCell>
        <mxCell id="BUdtJf7oYrrgdLHHiytK-366" parent="BUdtJf7oYrrgdLHHiytK-355" style="ellipse;whiteSpace=wrap;html=1;aspect=fixed;strokeColor=none;fillColor=light-dark(#FF3333,#FF3333);fontColor=#ffffff;" value="" vertex="1">
          <mxGeometry height="20" width="20" x="20" y="162" as="geometry" />
        </mxCell>
        <mxCell id="BUdtJf7oYrrgdLHHiytK-371" parent="BUdtJf7oYrrgdLHHiytK-355" style="text;html=1;whiteSpace=wrap;strokeColor=none;fillColor=none;align=left;verticalAlign=middle;rounded=0;fontStyle=1" value="&lt;div&gt;HDMI 1&lt;/div&gt;&lt;span style=&quot;font-weight: normal;&quot;&gt;HDMI&lt;/span&gt;" vertex="1">
          <mxGeometry height="24.5" width="50" x="50" y="80.5" as="geometry" />
        </mxCell>
        <mxCell id="BUdtJf7oYrrgdLHHiytK-372" parent="BUdtJf7oYrrgdLHHiytK-355" style="text;html=1;whiteSpace=wrap;strokeColor=none;fillColor=none;align=right;verticalAlign=middle;rounded=0;fontStyle=1" value="&lt;div&gt;HDMI OUT 1&lt;/div&gt;&lt;span style=&quot;font-weight: normal;&quot;&gt;HDMI&lt;/span&gt;" vertex="1">
          <mxGeometry height="27.25" width="90" x="230" y="76.38" as="geometry" />
        </mxCell>
        <mxCell id="BUdtJf7oYrrgdLHHiytK-389" parent="BUdtJf7oYrrgdLHHiytK-355" style="text;html=1;whiteSpace=wrap;strokeColor=none;fillColor=none;align=center;verticalAlign=middle;rounded=0;fontStyle=1" value="&lt;div&gt;ATEM CONTROL&lt;/div&gt;&lt;div&gt;&lt;span style=&quot;font-weight: normal;&quot;&gt;ETHERNET&lt;/span&gt;&lt;/div&gt;" vertex="1">
          <mxGeometry height="29" width="100" x="135" y="500" as="geometry" />
        </mxCell>
        <mxCell id="BUdtJf7oYrrgdLHHiytK-390" parent="BUdtJf7oYrrgdLHHiytK-355" style="ellipse;whiteSpace=wrap;html=1;aspect=fixed;strokeColor=none;fillColor=#007FFF;fontColor=#ffffff;" value="" vertex="1">
          <mxGeometry height="20" width="20" x="175" y="539" as="geometry" />
        </mxCell>
        <mxCell id="BUdtJf7oYrrgdLHHiytK-393" parent="BUdtJf7oYrrgdLHHiytK-355" style="sketch=0;aspect=fixed;pointerEvents=1;shadow=0;dashed=0;html=1;strokeColor=default;labelPosition=center;verticalLabelPosition=bottom;verticalAlign=top;align=center;fillColor=none;shape=mxgraph.mscae.enterprise.usb;fontFamily=Helvetica;fontSize=11;fontColor=default;labelBackgroundColor=default;strokeWidth=2;" value="" vertex="1">
          <mxGeometry height="36.8" width="80" x="276.9999999999998" y="10" as="geometry" />
        </mxCell>
        <mxCell id="BUdtJf7oYrrgdLHHiytK-409" parent="BUdtJf7oYrrgdLHHiytK-355" style="text;html=1;whiteSpace=wrap;strokeColor=none;fillColor=none;align=left;verticalAlign=middle;rounded=0;fontStyle=1" value="&lt;div&gt;HDMI 2&lt;/div&gt;&lt;span style=&quot;font-weight: normal;&quot;&gt;HDMI&lt;/span&gt;" vertex="1">
          <mxGeometry height="25.25" width="50" x="50" y="119.37" as="geometry" />
        </mxCell>
        <mxCell id="BUdtJf7oYrrgdLHHiytK-410" parent="BUdtJf7oYrrgdLHHiytK-355" style="text;html=1;whiteSpace=wrap;strokeColor=none;fillColor=none;align=left;verticalAlign=middle;rounded=0;fontStyle=1" value="&lt;div&gt;HDMI 3&lt;/div&gt;&lt;span style=&quot;font-weight: normal;&quot;&gt;HDMI&lt;/span&gt;" vertex="1">
          <mxGeometry height="22.5" width="50" x="50" y="160.75" as="geometry" />
        </mxCell>
        <mxCell id="BUdtJf7oYrrgdLHHiytK-411" parent="BUdtJf7oYrrgdLHHiytK-355" style="text;html=1;whiteSpace=wrap;strokeColor=none;fillColor=none;align=right;verticalAlign=middle;rounded=0;fontStyle=1" value="&lt;div&gt;HDMI OUT 2&lt;/div&gt;&lt;span style=&quot;font-weight: normal;&quot;&gt;HDMI&lt;/span&gt;" vertex="1">
          <mxGeometry height="26.25" width="80" x="240" y="117.87" as="geometry" />
        </mxCell>
        <mxCell id="_8OXxmxYWQQ_x3kSA-AO-68" parent="BUdtJf7oYrrgdLHHiytK-355" style="text;html=1;whiteSpace=wrap;strokeColor=none;fillColor=none;align=left;verticalAlign=middle;rounded=0;fontStyle=1" value="&lt;div&gt;HDMI 4&lt;/div&gt;&lt;span style=&quot;font-weight: normal;&quot;&gt;HDMI&lt;/span&gt;" vertex="1">
          <mxGeometry height="22.5" width="50" x="50" y="200" as="geometry" />
        </mxCell>
        <mxCell id="_8OXxmxYWQQ_x3kSA-AO-69" parent="BUdtJf7oYrrgdLHHiytK-355" style="ellipse;whiteSpace=wrap;html=1;aspect=fixed;strokeColor=none;fillColor=light-dark(#FF3333,#FF3333);fontColor=#ffffff;" value="" vertex="1">
          <mxGeometry height="20" width="20" x="20" y="201.25" as="geometry" />
        </mxCell>
        <mxCell id="_8OXxmxYWQQ_x3kSA-AO-70" parent="BUdtJf7oYrrgdLHHiytK-355" style="text;html=1;whiteSpace=wrap;strokeColor=none;fillColor=none;align=left;verticalAlign=middle;rounded=0;fontStyle=1" value="&lt;div&gt;HDMI 5&lt;/div&gt;&lt;span style=&quot;font-weight: normal;&quot;&gt;HDMI&lt;/span&gt;" vertex="1">
          <mxGeometry height="22.5" width="50" x="50" y="238.75" as="geometry" />
        </mxCell>
        <mxCell id="_8OXxmxYWQQ_x3kSA-AO-71" parent="BUdtJf7oYrrgdLHHiytK-355" style="ellipse;whiteSpace=wrap;html=1;aspect=fixed;strokeColor=none;fillColor=light-dark(#FF3333,#FF3333);fontColor=#ffffff;" value="" vertex="1">
          <mxGeometry height="20" width="20" x="20" y="240" as="geometry" />
        </mxCell>
        <mxCell id="_8OXxmxYWQQ_x3kSA-AO-72" parent="BUdtJf7oYrrgdLHHiytK-355" style="text;html=1;whiteSpace=wrap;strokeColor=none;fillColor=none;align=left;verticalAlign=middle;rounded=0;fontStyle=1" value="&lt;div&gt;HDMI 6&lt;/div&gt;&lt;span style=&quot;font-weight: normal;&quot;&gt;HDMI&lt;/span&gt;" vertex="1">
          <mxGeometry height="22.5" width="50" x="50" y="280" as="geometry" />
        </mxCell>
        <mxCell id="_8OXxmxYWQQ_x3kSA-AO-73" parent="BUdtJf7oYrrgdLHHiytK-355" style="ellipse;whiteSpace=wrap;html=1;aspect=fixed;strokeColor=none;fillColor=light-dark(#FF3333,#FF3333);fontColor=#ffffff;" value="" vertex="1">
          <mxGeometry height="20" width="20" x="20" y="281.25" as="geometry" />
        </mxCell>
        <mxCell id="_8OXxmxYWQQ_x3kSA-AO-74" parent="BUdtJf7oYrrgdLHHiytK-355" style="text;html=1;whiteSpace=wrap;strokeColor=none;fillColor=none;align=left;verticalAlign=middle;rounded=0;fontStyle=1" value="&lt;div&gt;HDMI 7&lt;/div&gt;&lt;span style=&quot;font-weight: normal;&quot;&gt;HDMI&lt;/span&gt;" vertex="1">
          <mxGeometry height="22.5" width="50" x="50" y="320" as="geometry" />
        </mxCell>
        <mxCell id="_8OXxmxYWQQ_x3kSA-AO-75" parent="BUdtJf7oYrrgdLHHiytK-355" style="ellipse;whiteSpace=wrap;html=1;aspect=fixed;strokeColor=none;fillColor=light-dark(#FF3333,#FF3333);fontColor=#ffffff;" value="" vertex="1">
          <mxGeometry height="20" width="20" x="20" y="321.25" as="geometry" />
        </mxCell>
        <mxCell id="_8OXxmxYWQQ_x3kSA-AO-76" parent="BUdtJf7oYrrgdLHHiytK-355" style="text;html=1;whiteSpace=wrap;strokeColor=none;fillColor=none;align=left;verticalAlign=middle;rounded=0;fontStyle=1" value="&lt;div&gt;HDMI 8&lt;/div&gt;&lt;span style=&quot;font-weight: normal;&quot;&gt;HDMI&lt;/span&gt;" vertex="1">
          <mxGeometry height="22.5" width="50" x="50" y="360" as="geometry" />
        </mxCell>
        <mxCell id="_8OXxmxYWQQ_x3kSA-AO-77" parent="BUdtJf7oYrrgdLHHiytK-355" style="ellipse;whiteSpace=wrap;html=1;aspect=fixed;strokeColor=none;fillColor=light-dark(#FF3333,#FF3333);fontColor=#ffffff;" value="" vertex="1">
          <mxGeometry height="20" width="20" x="20" y="361.25" as="geometry" />
        </mxCell>
        <mxCell id="_8OXxmxYWQQ_x3kSA-AO-78" parent="BUdtJf7oYrrgdLHHiytK-355" style="ellipse;whiteSpace=wrap;html=1;aspect=fixed;strokeColor=none;fillColor=light-dark(#60A917,#007FFF);fontColor=#ffffff;" value="" vertex="1">
          <mxGeometry height="20" width="20" x="330" y="162.01" as="geometry" />
        </mxCell>
        <mxCell id="_8OXxmxYWQQ_x3kSA-AO-79" parent="BUdtJf7oYrrgdLHHiytK-355" style="text;html=1;whiteSpace=wrap;strokeColor=none;fillColor=none;align=right;verticalAlign=middle;rounded=0;fontStyle=1" value="&lt;div&gt;USB A&lt;/div&gt;&lt;span style=&quot;font-weight: normal;&quot;&gt;USB-C&lt;/span&gt;" vertex="1">
          <mxGeometry height="26.25" width="80" x="240" y="158.88" as="geometry" />
        </mxCell>
        <mxCell id="_8OXxmxYWQQ_x3kSA-AO-80" parent="BUdtJf7oYrrgdLHHiytK-355" style="text;html=1;whiteSpace=wrap;strokeColor=none;fillColor=none;align=right;verticalAlign=middle;rounded=0;fontStyle=1" value="&lt;div&gt;USB B&lt;/div&gt;&lt;span style=&quot;font-weight: normal;&quot;&gt;USB-C&lt;/span&gt;" vertex="1">
          <mxGeometry height="26.25" width="80" x="240" y="198.13" as="geometry" />
        </mxCell>
        <mxCell id="_8OXxmxYWQQ_x3kSA-AO-81" parent="BUdtJf7oYrrgdLHHiytK-355" style="ellipse;whiteSpace=wrap;html=1;aspect=fixed;strokeColor=none;fillColor=light-dark(#60A917,#007FFF);fontColor=#ffffff;" value="" vertex="1">
          <mxGeometry height="20" width="20" x="330" y="201.26" as="geometry" />
        </mxCell>
        <mxCell id="_8OXxmxYWQQ_x3kSA-AO-82" parent="BUdtJf7oYrrgdLHHiytK-355" style="text;html=1;whiteSpace=wrap;strokeColor=none;fillColor=none;align=left;verticalAlign=middle;rounded=0;fontStyle=1" value="&lt;div&gt;MIC 1&lt;/div&gt;&lt;div&gt;&lt;span style=&quot;font-weight: normal;&quot;&gt;3.5MM AUX&lt;/span&gt;&lt;/div&gt;" vertex="1">
          <mxGeometry height="22.5" width="80" x="50" y="400" as="geometry" />
        </mxCell>
        <mxCell id="_8OXxmxYWQQ_x3kSA-AO-83" parent="BUdtJf7oYrrgdLHHiytK-355" style="ellipse;whiteSpace=wrap;html=1;aspect=fixed;strokeColor=none;fillColor=light-dark(#FF3333,#FF3333);fontColor=#ffffff;" value="" vertex="1">
          <mxGeometry height="20" width="20" x="20" y="401.25" as="geometry" />
        </mxCell>
        <mxCell id="_8OXxmxYWQQ_x3kSA-AO-84" parent="BUdtJf7oYrrgdLHHiytK-355" style="text;html=1;whiteSpace=wrap;strokeColor=none;fillColor=none;align=left;verticalAlign=middle;rounded=0;fontStyle=1" value="&lt;div&gt;MIC 2&lt;/div&gt;&lt;div&gt;&lt;span style=&quot;font-weight: normal;&quot;&gt;3.5MM AUX&lt;/span&gt;&lt;/div&gt;" vertex="1">
          <mxGeometry height="22.5" width="70" x="50" y="439" as="geometry" />
        </mxCell>
        <mxCell id="_8OXxmxYWQQ_x3kSA-AO-85" parent="BUdtJf7oYrrgdLHHiytK-355" style="ellipse;whiteSpace=wrap;html=1;aspect=fixed;strokeColor=none;fillColor=light-dark(#FF3333,#FF3333);fontColor=#ffffff;" value="" vertex="1">
          <mxGeometry height="20" width="20" x="20" y="440.25" as="geometry" />
        </mxCell>
        <mxCell id="_8OXxmxYWQQ_x3kSA-AO-86" parent="BUdtJf7oYrrgdLHHiytK-355" style="text;html=1;whiteSpace=wrap;strokeColor=none;fillColor=none;align=right;verticalAlign=middle;rounded=0;fontStyle=1" value="&lt;div&gt;HEADPHONES&lt;/div&gt;&lt;span style=&quot;font-weight: normal;&quot;&gt;3.5MM AUX&lt;/span&gt;" vertex="1">
          <mxGeometry height="26.25" width="90" x="230" y="236.88" as="geometry" />
        </mxCell>
        <mxCell id="_8OXxmxYWQQ_x3kSA-AO-87" parent="BUdtJf7oYrrgdLHHiytK-355" style="ellipse;whiteSpace=wrap;html=1;aspect=fixed;strokeColor=none;fillColor=light-dark(#60A917,#007FFF);fontColor=#ffffff;" value="" vertex="1">
          <mxGeometry height="20" width="20" x="330" y="240.01" as="geometry" />
        </mxCell>
        <UserObject label="&lt;div&gt;HP Monitor&lt;/div&gt;&lt;div&gt;&lt;span style=&quot;font-weight: normal;&quot;&gt;Mac mini desktop&lt;/span&gt;&lt;/div&gt;" id="BUdtJf7oYrrgdLHHiytK-394">
          <mxCell parent="1" style="swimlane;whiteSpace=wrap;html=1;startSize=60;perimeterSpacing=0;rounded=1;arcSize=6;align=left;spacingLeft=6;swimlaneFillColor=default;strokeWidth=2;fontSize=14;" vertex="1">
-             <mxGeometry height="120" width="240" x="3720" y="910" as="geometry">
+             <mxGeometry height="120" width="240" x="4100" y="880" as="geometry">
              <mxRectangle height="60" width="200" x="330" y="280" as="alternateBounds" />
            </mxGeometry>
          </mxCell>
        </UserObject>
        <mxCell id="BUdtJf7oYrrgdLHHiytK-403" parent="BUdtJf7oYrrgdLHHiytK-394" style="ellipse;whiteSpace=wrap;html=1;aspect=fixed;strokeColor=none;fillColor=light-dark(#FF3333,#FF3333);fontColor=#ffffff;fillStyle=auto;" value="" vertex="1">
          <mxGeometry height="20" width="20" x="20" y="80" as="geometry" />
        </mxCell>
        <mxCell id="BUdtJf7oYrrgdLHHiytK-404" parent="BUdtJf7oYrrgdLHHiytK-394" style="text;html=1;whiteSpace=wrap;strokeColor=none;fillColor=none;align=left;verticalAlign=middle;rounded=0;fontStyle=1" value="HDMI" vertex="1">
          <mxGeometry height="10" width="50" x="50" y="85" as="geometry" />
        </mxCell>
        <mxCell id="BUdtJf7oYrrgdLHHiytK-405" parent="BUdtJf7oYrrgdLHHiytK-394" style="verticalLabelPosition=bottom;html=1;verticalAlign=top;align=center;strokeColor=default;fillColor=none;shape=mxgraph.azure.computer;pointerEvents=1;fontFamily=Helvetica;fontSize=11;fontColor=default;labelBackgroundColor=default;strokeWidth=2;" value="" vertex="1">
          <mxGeometry height="45" width="50" x="180" y="8" as="geometry" />
        </mxCell>
        <mxCell id="BUdtJf7oYrrgdLHHiytK-407" edge="1" parent="1" source="BUdtJf7oYrrgdLHHiytK-340" style="edgeStyle=orthogonalEdgeStyle;shape=connector;rounded=0;orthogonalLoop=1;jettySize=auto;html=1;entryX=0.5;entryY=1;entryDx=0;entryDy=0;strokeColor=default;strokeWidth=2;align=center;verticalAlign=middle;fontFamily=Helvetica;fontSize=14;fontColor=default;labelBackgroundColor=default;resizable=0;endArrow=classic;endFill=1;startArrow=classic;startFill=1;" target="BUdtJf7oYrrgdLHHiytK-195">
          <mxGeometry relative="1" as="geometry" />
        </mxCell>
        <mxCell id="BUdtJf7oYrrgdLHHiytK-408" edge="1" parent="1" source="BUdtJf7oYrrgdLHHiytK-341" style="edgeStyle=orthogonalEdgeStyle;shape=connector;rounded=0;orthogonalLoop=1;jettySize=auto;html=1;entryX=0.5;entryY=1;entryDx=0;entryDy=0;strokeColor=default;strokeWidth=2;align=center;verticalAlign=middle;fontFamily=Helvetica;fontSize=14;fontColor=default;labelBackgroundColor=default;resizable=0;endArrow=classic;endFill=1;startArrow=classic;startFill=1;" target="BUdtJf7oYrrgdLHHiytK-390">
          <mxGeometry relative="1" as="geometry" />
        </mxCell>
        <UserObject label="&lt;div&gt;HP Monitor&lt;/div&gt;&lt;div&gt;&lt;span style=&quot;font-weight: normal;&quot;&gt;Mac mini desktop&lt;/span&gt;&lt;/div&gt;" id="BUdtJf7oYrrgdLHHiytK-414">
          <mxCell parent="1" style="swimlane;whiteSpace=wrap;html=1;startSize=60;perimeterSpacing=0;rounded=1;arcSize=6;align=left;spacingLeft=6;swimlaneFillColor=default;strokeWidth=2;fontSize=14;" vertex="1">
-             <mxGeometry height="120" width="240" x="3720" y="1060" as="geometry">
+             <mxGeometry height="120" width="240" x="3720" y="460" as="geometry">
              <mxRectangle height="60" width="200" x="330" y="280" as="alternateBounds" />
            </mxGeometry>
          </mxCell>
        </UserObject>
        <mxCell id="BUdtJf7oYrrgdLHHiytK-415" parent="BUdtJf7oYrrgdLHHiytK-414" style="ellipse;whiteSpace=wrap;html=1;aspect=fixed;strokeColor=none;fillColor=light-dark(#FF3333,#FF3333);fontColor=#ffffff;fillStyle=auto;" value="" vertex="1">
          <mxGeometry height="20" width="20" x="20" y="80" as="geometry" />
        </mxCell>
        <mxCell id="BUdtJf7oYrrgdLHHiytK-416" parent="BUdtJf7oYrrgdLHHiytK-414" style="text;html=1;whiteSpace=wrap;strokeColor=none;fillColor=none;align=left;verticalAlign=middle;rounded=0;fontStyle=1" value="HDMI" vertex="1">
          <mxGeometry height="10" width="50" x="50" y="85" as="geometry" />
        </mxCell>
        <mxCell id="BUdtJf7oYrrgdLHHiytK-417" parent="BUdtJf7oYrrgdLHHiytK-414" style="verticalLabelPosition=bottom;html=1;verticalAlign=top;align=center;strokeColor=default;fillColor=none;shape=mxgraph.azure.computer;pointerEvents=1;fontFamily=Helvetica;fontSize=11;fontColor=default;labelBackgroundColor=default;strokeWidth=2;" value="" vertex="1">
          <mxGeometry height="45" width="50" x="180" y="8" as="geometry" />
        </mxCell>
        <mxCell id="BUdtJf7oYrrgdLHHiytK-418" edge="1" parent="1" source="BUdtJf7oYrrgdLHHiytK-357" style="edgeStyle=orthogonalEdgeStyle;shape=connector;rounded=0;orthogonalLoop=1;jettySize=auto;html=1;entryX=0;entryY=0.5;entryDx=0;entryDy=0;strokeColor=default;strokeWidth=2;align=center;verticalAlign=middle;fontFamily=Helvetica;fontSize=14;fontColor=default;labelBackgroundColor=default;resizable=0;endArrow=classic;endFill=1;" target="BUdtJf7oYrrgdLHHiytK-415">
          <mxGeometry relative="1" as="geometry" />
        </mxCell>
        <UserObject label="&lt;div&gt;IKAN Monitor&lt;/div&gt;&lt;div&gt;&lt;span style=&quot;font-weight: normal;&quot;&gt;Teleprompter&lt;/span&gt;&lt;/div&gt;" id="BUdtJf7oYrrgdLHHiytK-419">
          <mxCell parent="1" style="swimlane;whiteSpace=wrap;html=1;startSize=60;perimeterSpacing=0;rounded=1;arcSize=6;align=left;spacingLeft=6;swimlaneFillColor=default;strokeWidth=2;fontSize=14;" vertex="1">
-             <mxGeometry height="120" width="240" x="3720" y="1220" as="geometry">
+             <mxGeometry height="120" width="240" x="3720" y="600" as="geometry">
              <mxRectangle height="60" width="200" x="330" y="280" as="alternateBounds" />
            </mxGeometry>
          </mxCell>
        </UserObject>
        <mxCell id="BUdtJf7oYrrgdLHHiytK-420" parent="BUdtJf7oYrrgdLHHiytK-419" style="ellipse;whiteSpace=wrap;html=1;aspect=fixed;strokeColor=none;fillColor=light-dark(#FF3333,#FF3333);fontColor=#ffffff;fillStyle=auto;" value="" vertex="1">
          <mxGeometry height="20" width="20" x="20" y="80" as="geometry" />
        </mxCell>
        <mxCell id="BUdtJf7oYrrgdLHHiytK-421" parent="BUdtJf7oYrrgdLHHiytK-419" style="text;html=1;whiteSpace=wrap;strokeColor=none;fillColor=none;align=left;verticalAlign=middle;rounded=0;fontStyle=1" value="HDMI" vertex="1">
          <mxGeometry height="10" width="50" x="50" y="85" as="geometry" />
        </mxCell>
        <mxCell id="BUdtJf7oYrrgdLHHiytK-422" parent="BUdtJf7oYrrgdLHHiytK-419" style="verticalLabelPosition=bottom;html=1;verticalAlign=top;align=center;strokeColor=default;fillColor=none;shape=mxgraph.azure.computer;pointerEvents=1;fontFamily=Helvetica;fontSize=11;fontColor=default;labelBackgroundColor=default;strokeWidth=2;" value="" vertex="1">
          <mxGeometry height="45" width="50" x="180" y="8" as="geometry" />
        </mxCell>
        <mxCell id="BUdtJf7oYrrgdLHHiytK-423" edge="1" parent="1" source="BUdtJf7oYrrgdLHHiytK-358" style="edgeStyle=orthogonalEdgeStyle;shape=connector;rounded=0;orthogonalLoop=1;jettySize=auto;html=1;entryX=0;entryY=0.5;entryDx=0;entryDy=0;strokeColor=default;strokeWidth=2;align=center;verticalAlign=middle;fontFamily=Helvetica;fontSize=14;fontColor=default;labelBackgroundColor=default;resizable=0;endArrow=classic;endFill=1;" target="BUdtJf7oYrrgdLHHiytK-420">
          <mxGeometry relative="1" as="geometry" />
        </mxCell>
        <UserObject label="&lt;div&gt;THWT HDMI 2.1 Emulator&lt;/div&gt;&lt;div&gt;&lt;span style=&quot;font-weight: normal;&quot;&gt;EDID Emulator&lt;/span&gt;&lt;/div&gt;" link="https://www.startech.com/en-au/display-video-adapters/usbc-hdmi-cdp2hd4k60" id="_8OXxmxYWQQ_x3kSA-AO-2">
          <mxCell parent="1" style="swimlane;whiteSpace=wrap;html=1;startSize=60;perimeterSpacing=0;rounded=1;arcSize=6;align=left;spacingLeft=6;swimlaneFillColor=default;strokeWidth=2;fontSize=14;" vertex="1">
            <mxGeometry height="120" width="310" x="1530" y="610" as="geometry">
              <mxRectangle height="60" width="200" x="330" y="280" as="alternateBounds" />
            </mxGeometry>
          </mxCell>
        </UserObject>
        <mxCell id="_8OXxmxYWQQ_x3kSA-AO-4" parent="_8OXxmxYWQQ_x3kSA-AO-2" style="ellipse;whiteSpace=wrap;html=1;aspect=fixed;strokeColor=none;fillColor=#60a917;fontColor=#ffffff;" value="" vertex="1">
          <mxGeometry height="20" width="20" x="270" y="80" as="geometry" />
        </mxCell>
        <mxCell id="_8OXxmxYWQQ_x3kSA-AO-5" parent="_8OXxmxYWQQ_x3kSA-AO-2" style="text;html=1;whiteSpace=wrap;strokeColor=none;fillColor=none;align=right;verticalAlign=middle;rounded=0;" value="&lt;b&gt;HDMI&lt;/b&gt;" vertex="1">
          <mxGeometry height="14.5" width="70" x="190" y="82.75" as="geometry" />
        </mxCell>
        <mxCell id="_8OXxmxYWQQ_x3kSA-AO-6" parent="_8OXxmxYWQQ_x3kSA-AO-2" style="ellipse;whiteSpace=wrap;html=1;aspect=fixed;strokeColor=none;fillColor=light-dark(#FF3333,#FF3333);fontColor=#ffffff;fillStyle=auto;" value="" vertex="1">
          <mxGeometry height="20" width="20" x="20" y="80" as="geometry" />
        </mxCell>
        <mxCell id="_8OXxmxYWQQ_x3kSA-AO-7" parent="_8OXxmxYWQQ_x3kSA-AO-2" style="text;html=1;whiteSpace=wrap;strokeColor=none;fillColor=none;align=left;verticalAlign=middle;rounded=0;fontStyle=1" value="HDMI" vertex="1">
          <mxGeometry height="10" width="50" x="50" y="85" as="geometry" />
        </mxCell>
        <mxCell id="_8OXxmxYWQQ_x3kSA-AO-8" parent="_8OXxmxYWQQ_x3kSA-AO-2" style="verticalLabelPosition=bottom;aspect=fixed;html=1;verticalAlign=top;fillColor=strokeColor;align=center;outlineConnect=0;shape=mxgraph.fluid_power.x10060;points=[[1,0.72,0],[1,1,0]];strokeWidth=2;" value="" vertex="1">
          <mxGeometry height="38.38" width="67.9" x="230" y="10" as="geometry" />
        </mxCell>
        <mxCell id="_8OXxmxYWQQ_x3kSA-AO-1" edge="1" parent="1" source="BUdtJf7oYrrgdLHHiytK-285" style="edgeStyle=orthogonalEdgeStyle;shape=connector;rounded=0;orthogonalLoop=1;jettySize=auto;html=1;strokeColor=default;strokeWidth=2;align=center;verticalAlign=middle;fontFamily=Helvetica;fontSize=14;fontColor=default;labelBackgroundColor=default;resizable=0;endArrow=classic;endFill=1;entryX=0;entryY=0.5;entryDx=0;entryDy=0;" target="_8OXxmxYWQQ_x3kSA-AO-6">
          <mxGeometry relative="1" as="geometry">
            <mxPoint x="920" y="700" as="targetPoint" />
          </mxGeometry>
        </mxCell>
        <mxCell id="_8OXxmxYWQQ_x3kSA-AO-9" edge="1" parent="1" source="_8OXxmxYWQQ_x3kSA-AO-4" style="edgeStyle=orthogonalEdgeStyle;shape=connector;rounded=0;orthogonalLoop=1;jettySize=auto;html=1;entryX=0;entryY=0.5;entryDx=0;entryDy=0;strokeColor=default;strokeWidth=2;align=center;verticalAlign=middle;fontFamily=Helvetica;fontSize=14;fontColor=default;labelBackgroundColor=default;resizable=0;endArrow=classic;endFill=1;" target="BUdtJf7oYrrgdLHHiytK-252">
          <mxGeometry relative="1" as="geometry" />
        </mxCell>
        <mxCell id="_8OXxmxYWQQ_x3kSA-AO-20" edge="1" parent="1" source="BUdtJf7oYrrgdLHHiytK-245" style="edgeStyle=orthogonalEdgeStyle;shape=connector;rounded=0;orthogonalLoop=1;jettySize=auto;html=1;entryX=0;entryY=0.5;entryDx=0;entryDy=0;strokeColor=default;strokeWidth=2;align=center;verticalAlign=middle;fontFamily=Helvetica;fontSize=14;fontColor=default;labelBackgroundColor=default;resizable=0;endArrow=classic;endFill=1;" target="BUdtJf7oYrrgdLHHiytK-170">
          <mxGeometry relative="1" as="geometry" />
        </mxCell>
        <UserObject label="&lt;div&gt;Blackmagic Microconverter 3G&lt;/div&gt;&lt;div&gt;&lt;span style=&quot;font-weight: normal;&quot;&gt;SDI to HDMI Converter&lt;/span&gt;&lt;/div&gt;" link="https://www.blackmagicdesign.com/au/products/microconverters/techspecs/W-CONU-12" id="_8OXxmxYWQQ_x3kSA-AO-28">
          <mxCell parent="1" style="swimlane;whiteSpace=wrap;html=1;startSize=60;perimeterSpacing=0;rounded=1;arcSize=6;align=left;spacingLeft=6;swimlaneFillColor=default;strokeWidth=2;fontSize=14;" vertex="1">
            <mxGeometry height="160" width="310" x="2790" y="500" as="geometry">
              <mxRectangle height="60" width="200" x="330" y="280" as="alternateBounds" />
            </mxGeometry>
          </mxCell>
        </UserObject>
        <mxCell id="_8OXxmxYWQQ_x3kSA-AO-30" parent="_8OXxmxYWQQ_x3kSA-AO-28" style="ellipse;whiteSpace=wrap;html=1;aspect=fixed;strokeColor=none;fillColor=#60a917;fontColor=#ffffff;" value="" vertex="1">
          <mxGeometry height="20" width="20" x="270" y="82" as="geometry" />
        </mxCell>
        <mxCell id="_8OXxmxYWQQ_x3kSA-AO-31" parent="_8OXxmxYWQQ_x3kSA-AO-28" style="ellipse;whiteSpace=wrap;html=1;aspect=fixed;strokeColor=none;fillColor=#60a917;fontColor=#ffffff;" value="" vertex="1">
          <mxGeometry height="20" width="20" x="270" y="121" as="geometry" />
        </mxCell>
        <mxCell id="_8OXxmxYWQQ_x3kSA-AO-37" parent="_8OXxmxYWQQ_x3kSA-AO-28" style="ellipse;whiteSpace=wrap;html=1;aspect=fixed;strokeColor=none;fillColor=light-dark(#FF3333,#FF3333);fontColor=#ffffff;fillStyle=auto;" value="" vertex="1">
          <mxGeometry height="20" width="20" x="20" y="82" as="geometry" />
        </mxCell>
        <mxCell id="_8OXxmxYWQQ_x3kSA-AO-38" parent="_8OXxmxYWQQ_x3kSA-AO-28" style="ellipse;whiteSpace=wrap;html=1;aspect=fixed;strokeColor=none;fillColor=light-dark(#FF3333,#FF3333);fontColor=#ffffff;" value="" vertex="1">
          <mxGeometry height="20" width="20" x="20" y="121" as="geometry" />
        </mxCell>
        <mxCell id="_8OXxmxYWQQ_x3kSA-AO-44" parent="_8OXxmxYWQQ_x3kSA-AO-28" style="text;html=1;whiteSpace=wrap;strokeColor=none;fillColor=none;align=left;verticalAlign=middle;rounded=0;" value="&lt;div&gt;&lt;b&gt;SDI IN&lt;/b&gt;&lt;/div&gt;&lt;div&gt;SDI&lt;/div&gt;" vertex="1">
          <mxGeometry height="29" width="90" x="50" y="77.5" as="geometry" />
        </mxCell>
        <mxCell id="_8OXxmxYWQQ_x3kSA-AO-45" parent="_8OXxmxYWQQ_x3kSA-AO-28" style="text;html=1;whiteSpace=wrap;strokeColor=none;fillColor=none;align=right;verticalAlign=middle;rounded=0;" value="&lt;div&gt;&lt;b&gt;HDMI OUT&lt;/b&gt;&lt;/div&gt;&lt;div&gt;HDMI&lt;/div&gt;" vertex="1">
-           <mxGeometry height="29" width="90" x="170" y="77.5" as="geometry" />
+           <mxGeometry height="29" width="100" x="160" y="77.5" as="geometry" />
        </mxCell>
        <mxCell id="_8OXxmxYWQQ_x3kSA-AO-46" parent="_8OXxmxYWQQ_x3kSA-AO-28" style="text;html=1;whiteSpace=wrap;strokeColor=none;fillColor=none;align=left;verticalAlign=middle;rounded=0;" value="&lt;div&gt;&lt;b&gt;INPUT NAME&lt;/b&gt;&lt;/div&gt;&lt;div&gt;INPUT TYPE&lt;/div&gt;" vertex="1">
          <mxGeometry height="29" width="90" x="50" y="116.5" as="geometry" />
        </mxCell>
        <mxCell id="_8OXxmxYWQQ_x3kSA-AO-47" parent="_8OXxmxYWQQ_x3kSA-AO-28" style="text;html=1;whiteSpace=wrap;strokeColor=none;fillColor=none;align=right;verticalAlign=middle;rounded=0;" value="&lt;div&gt;&lt;b&gt;SDI LOOP OUT&lt;/b&gt;&lt;/div&gt;&lt;div&gt;SDI&lt;/div&gt;" vertex="1">
          <mxGeometry height="29" width="90" x="170" y="116.5" as="geometry" />
        </mxCell>
        <mxCell id="_8OXxmxYWQQ_x3kSA-AO-64" parent="_8OXxmxYWQQ_x3kSA-AO-28" style="verticalLabelPosition=bottom;aspect=fixed;html=1;verticalAlign=top;fillColor=strokeColor;align=center;outlineConnect=0;shape=mxgraph.fluid_power.x10060;points=[[1,0.72,0],[1,1,0]];strokeWidth=2;" value="" vertex="1">
          <mxGeometry height="38.38" width="67.9" x="230" y="10" as="geometry" />
        </mxCell>
        <mxCell id="_8OXxmxYWQQ_x3kSA-AO-66" edge="1" parent="1" source="BUdtJf7oYrrgdLHHiytK-164" style="edgeStyle=orthogonalEdgeStyle;shape=connector;rounded=0;orthogonalLoop=1;jettySize=auto;html=1;entryX=0;entryY=0.5;entryDx=0;entryDy=0;strokeColor=default;strokeWidth=2;align=center;verticalAlign=middle;fontFamily=Helvetica;fontSize=14;fontColor=default;labelBackgroundColor=default;resizable=0;endArrow=classic;endFill=1;" target="_8OXxmxYWQQ_x3kSA-AO-37">
          <mxGeometry relative="1" as="geometry" />
        </mxCell>
        <mxCell id="_8OXxmxYWQQ_x3kSA-AO-67" edge="1" parent="1" source="_8OXxmxYWQQ_x3kSA-AO-30" style="edgeStyle=orthogonalEdgeStyle;shape=connector;rounded=0;orthogonalLoop=1;jettySize=auto;html=1;entryX=0;entryY=0.5;entryDx=0;entryDy=0;strokeColor=default;strokeWidth=2;align=center;verticalAlign=middle;fontFamily=Helvetica;fontSize=14;fontColor=default;labelBackgroundColor=default;resizable=0;endArrow=classic;endFill=1;" target="BUdtJf7oYrrgdLHHiytK-365">
          <mxGeometry relative="1" as="geometry" />
+         </mxCell>
+         <mxCell id="_8OXxmxYWQQ_x3kSA-AO-88" edge="1" parent="1" source="BUdtJf7oYrrgdLHHiytK-162" style="edgeStyle=orthogonalEdgeStyle;shape=connector;rounded=0;orthogonalLoop=1;jettySize=auto;html=1;entryX=0;entryY=0.5;entryDx=0;entryDy=0;strokeColor=default;strokeWidth=2;align=center;verticalAlign=middle;fontFamily=Helvetica;fontSize=14;fontColor=default;labelBackgroundColor=default;resizable=0;endArrow=classic;endFill=1;" target="BUdtJf7oYrrgdLHHiytK-364">
+           <mxGeometry relative="1" as="geometry">
+             <Array as="points">
+               <mxPoint x="2740" y="510" />
+               <mxPoint x="2740" y="450" />
+               <mxPoint x="3140" y="450" />
+               <mxPoint x="3140" y="553" />
+             </Array>
+           </mxGeometry>
        </mxCell>
      </root>
    </mxGraphModel>
  </diagram>
</mxfile>
